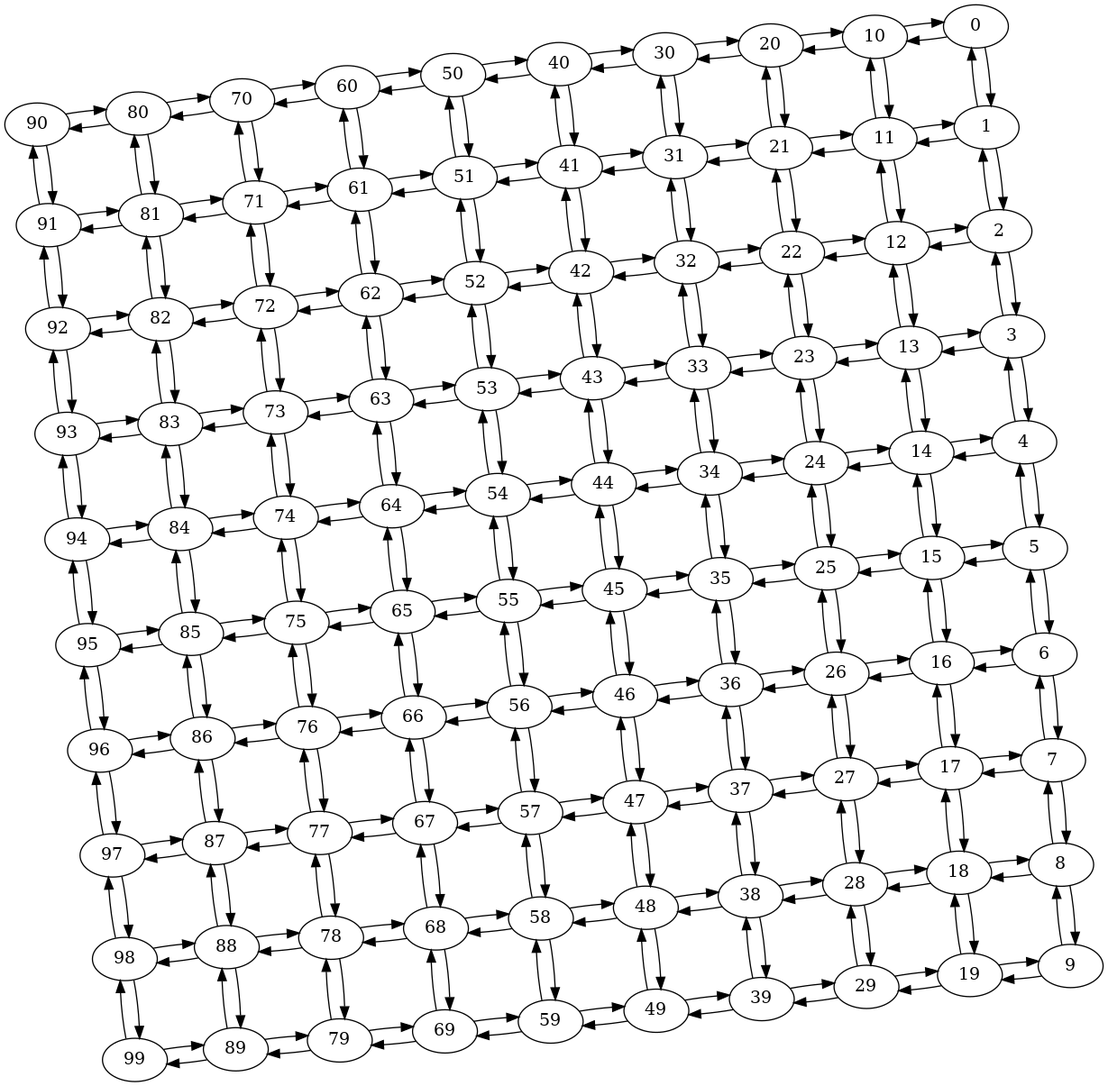
lorenzorizzi17/urban_network keeps this Graphviz diagram as fig/graph.png. Above is the earlier version. Its source is kept beside it as fig/graph.dot.
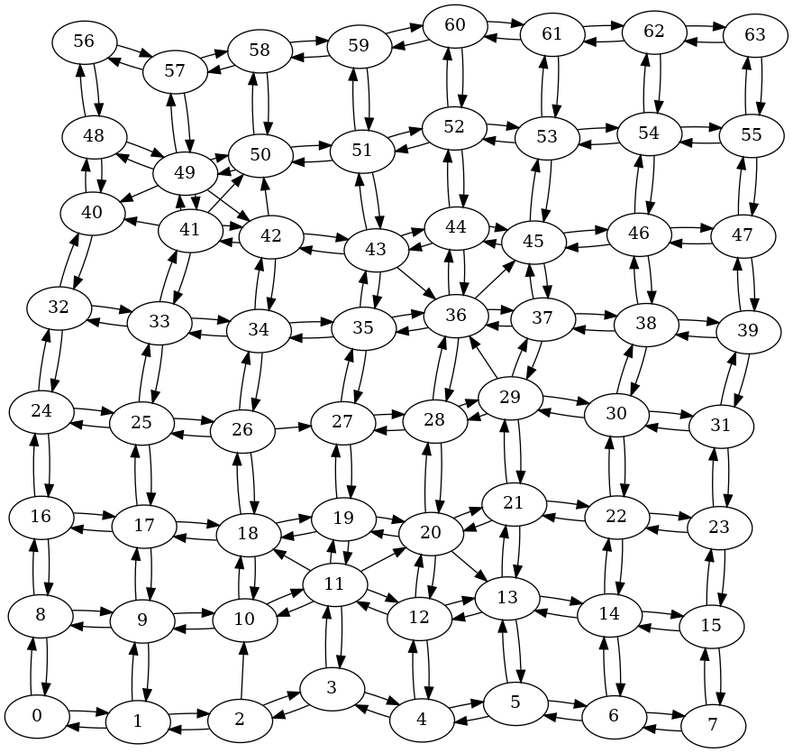
Later version of the same file.

Diff of the diagram source:
```diff
@@ -63,400 +63,233 @@
 61;
 62;
 63;
-64;
-65;
-66;
-67;
-68;
-69;
-70;
-71;
-72;
-73;
-74;
-75;
-76;
-77;
-78;
-79;
-80;
-81;
-82;
-83;
-84;
-85;
-86;
-87;
-88;
-89;
-90;
-91;
-92;
-93;
-94;
-95;
-96;
-97;
-98;
-99;
 0->1 ;
-0->10 ;
+0->8 ;
 1->0 ;
-1->11 ;
+1->9 ;
 1->2 ;
 2->1 ;
-2->12 ;
+2->10 ;
 2->3 ;
 3->2 ;
-3->13 ;
+3->11 ;
 3->4 ;
 4->3 ;
-4->14 ;
+4->12 ;
 4->5 ;
 5->4 ;
-5->15 ;
+5->13 ;
 5->6 ;
 6->5 ;
-6->16 ;
+6->14 ;
 6->7 ;
 7->6 ;
-7->17 ;
-7->8 ;
-8->7 ;
-8->18 ;
+7->15 ;
 8->9 ;
+8->0 ;
+8->16 ;
 9->8 ;
-9->19 ;
+9->17 ;
+9->10 ;
+9->1 ;
+10->9 ;
+10->18 ;
 10->11 ;
-10->0 ;
-10->20 ;
 11->10 ;
-11->21 ;
+11->19 ;
 11->12 ;
-11->1 ;
+11->3 ;
+11->18 ;
+11->20 ;
 12->11 ;
-12->22 ;
+12->20 ;
 12->13 ;
-12->2 ;
+12->4 ;
 13->12 ;
-13->23 ;
+13->21 ;
 13->14 ;
-13->3 ;
+13->5 ;
 14->13 ;
-14->24 ;
+14->22 ;
 14->15 ;
-14->4 ;
+14->6 ;
 15->14 ;
-15->25 ;
-15->16 ;
-15->5 ;
-16->15 ;
-16->26 ;
+15->7 ;
+15->23 ;
 16->17 ;
-16->6 ;
+16->8 ;
+16->24 ;
 17->16 ;
-17->27 ;
+17->25 ;
 17->18 ;
-17->7 ;
+17->9 ;
 18->17 ;
-18->28 ;
+18->26 ;
 18->19 ;
-18->8 ;
+18->10 ;
 19->18 ;
-19->9 ;
-19->29 ;
+19->27 ;
+19->20 ;
+19->11 ;
+20->19 ;
+20->28 ;
 20->21 ;
-20->10 ;
-20->30 ;
+20->12 ;
+20->13 ;
 21->20 ;
-21->31 ;
+21->29 ;
 21->22 ;
-21->11 ;
+21->13 ;
 22->21 ;
-22->32 ;
+22->30 ;
 22->23 ;
-22->12 ;
+22->14 ;
 23->22 ;
-23->33 ;
-23->24 ;
-23->13 ;
-24->23 ;
-24->34 ;
+23->15 ;
+23->31 ;
 24->25 ;
-24->14 ;
+24->16 ;
+24->32 ;
 25->24 ;
-25->35 ;
+25->33 ;
 25->26 ;
-25->15 ;
+25->17 ;
 26->25 ;
-26->36 ;
+26->34 ;
 26->27 ;
-26->16 ;
-27->26 ;
-27->37 ;
+26->18 ;
+27->35 ;
 27->28 ;
-27->17 ;
+27->19 ;
 28->27 ;
-28->38 ;
+28->36 ;
 28->29 ;
-28->18 ;
+28->20 ;
 29->28 ;
-29->19 ;
-29->39 ;
+29->37 ;
+29->30 ;
+29->21 ;
+29->36 ;
+30->29 ;
+30->38 ;
 30->31 ;
-30->20 ;
-30->40 ;
+30->22 ;
 31->30 ;
-31->41 ;
-31->32 ;
-31->21 ;
-32->31 ;
-32->42 ;
+31->23 ;
+31->39 ;
 32->33 ;
-32->22 ;
+32->24 ;
+32->40 ;
 33->32 ;
-33->43 ;
+33->41 ;
 33->34 ;
-33->23 ;
+33->25 ;
 34->33 ;
-34->44 ;
+34->42 ;
 34->35 ;
-34->24 ;
+34->26 ;
 35->34 ;
-35->45 ;
+35->43 ;
 35->36 ;
-35->25 ;
+35->27 ;
 36->35 ;
-36->46 ;
+36->44 ;
 36->37 ;
-36->26 ;
+36->28 ;
+36->45 ;
 37->36 ;
-37->47 ;
+37->45 ;
 37->38 ;
-37->27 ;
+37->29 ;
 38->37 ;
-38->48 ;
+38->46 ;
 38->39 ;
-38->28 ;
+38->30 ;
 39->38 ;
-39->29 ;
-39->49 ;
-40->41 ;
-40->30 ;
-40->50 ;
+39->31 ;
+39->47 ;
+40->32 ;
+40->48 ;
 41->40 ;
-41->51 ;
+41->49 ;
 41->42 ;
-41->31 ;
+41->33 ;
+41->50 ;
 42->41 ;
-42->52 ;
+42->50 ;
 42->43 ;
-42->32 ;
+42->34 ;
 43->42 ;
-43->53 ;
+43->51 ;
 43->44 ;
-43->33 ;
+43->35 ;
+43->36 ;
 44->43 ;
-44->54 ;
+44->52 ;
 44->45 ;
-44->34 ;
+44->36 ;
 45->44 ;
-45->55 ;
+45->53 ;
 45->46 ;
-45->35 ;
+45->37 ;
 46->45 ;
-46->56 ;
+46->54 ;
 46->47 ;
-46->36 ;
+46->38 ;
 47->46 ;
-47->57 ;
-47->48 ;
-47->37 ;
-48->47 ;
-48->58 ;
+47->39 ;
+47->55 ;
 48->49 ;
-48->38 ;
+48->40 ;
+48->56 ;
 49->48 ;
-49->39 ;
-49->59 ;
+49->57 ;
+49->50 ;
+49->41 ;
+49->42 ;
+49->40 ;
+50->49 ;
+50->58 ;
 50->51 ;
-50->40 ;
-50->60 ;
 51->50 ;
-51->61 ;
+51->59 ;
 51->52 ;
-51->41 ;
+51->43 ;
 52->51 ;
-52->62 ;
+52->60 ;
 52->53 ;
-52->42 ;
+52->44 ;
 53->52 ;
-53->63 ;
+53->61 ;
 53->54 ;
-53->43 ;
+53->45 ;
 54->53 ;
-54->64 ;
+54->62 ;
 54->55 ;
-54->44 ;
+54->46 ;
 55->54 ;
-55->65 ;
-55->56 ;
-55->45 ;
-56->55 ;
-56->66 ;
+55->47 ;
+55->63 ;
 56->57 ;
-56->46 ;
+56->48 ;
 57->56 ;
-57->67 ;
+57->49 ;
 57->58 ;
-57->47 ;
 58->57 ;
-58->68 ;
+58->50 ;
 58->59 ;
-58->48 ;
 59->58 ;
-59->49 ;
-59->69 ;
+59->51 ;
+59->60 ;
+60->59 ;
+60->52 ;
 60->61 ;
-60->50 ;
-60->70 ;
 61->60 ;
-61->71 ;
+61->53 ;
 61->62 ;
-61->51 ;
 62->61 ;
-62->72 ;
+62->54 ;
 62->63 ;
-62->52 ;
 63->62 ;
-63->73 ;
-63->64 ;
-63->53 ;
-64->63 ;
-64->74 ;
-64->65 ;
-64->54 ;
-65->64 ;
-65->75 ;
-65->66 ;
-65->55 ;
-66->65 ;
-66->76 ;
-66->67 ;
-66->56 ;
-67->66 ;
-67->77 ;
-67->68 ;
-67->57 ;
-68->67 ;
-68->78 ;
-68->69 ;
-68->58 ;
-69->68 ;
-69->59 ;
-69->79 ;
-70->71 ;
-70->60 ;
-70->80 ;
-71->70 ;
-71->81 ;
-71->72 ;
-71->61 ;
-72->71 ;
-72->82 ;
-72->73 ;
-72->62 ;
-73->72 ;
-73->83 ;
-73->74 ;
-73->63 ;
-74->73 ;
-74->84 ;
-74->75 ;
-74->64 ;
-75->74 ;
-75->85 ;
-75->76 ;
-75->65 ;
-76->75 ;
-76->86 ;
-76->77 ;
-76->66 ;
-77->76 ;
-77->87 ;
-77->78 ;
-77->67 ;
-78->77 ;
-78->88 ;
-78->79 ;
-78->68 ;
-79->78 ;
-79->69 ;
-79->89 ;
-80->81 ;
-80->70 ;
-80->90 ;
-81->80 ;
-81->91 ;
-81->82 ;
-81->71 ;
-82->81 ;
-82->92 ;
-82->83 ;
-82->72 ;
-83->82 ;
-83->93 ;
-83->84 ;
-83->73 ;
-84->83 ;
-84->94 ;
-84->85 ;
-84->74 ;
-85->84 ;
-85->95 ;
-85->86 ;
-85->75 ;
-86->85 ;
-86->96 ;
-86->87 ;
-86->76 ;
-87->86 ;
-87->97 ;
-87->88 ;
-87->77 ;
-88->87 ;
-88->98 ;
-88->89 ;
-88->78 ;
-89->88 ;
-89->79 ;
-89->99 ;
-90->91 ;
-90->80 ;
-91->90 ;
-91->81 ;
-91->92 ;
-92->91 ;
-92->82 ;
-92->93 ;
-93->92 ;
-93->83 ;
-93->94 ;
-94->93 ;
-94->84 ;
-94->95 ;
-95->94 ;
-95->85 ;
-95->96 ;
-96->95 ;
-96->86 ;
-96->97 ;
-97->96 ;
-97->87 ;
-97->98 ;
-98->97 ;
-98->88 ;
-98->99 ;
-99->98 ;
-99->89 ;
+63->55 ;
 }
```
